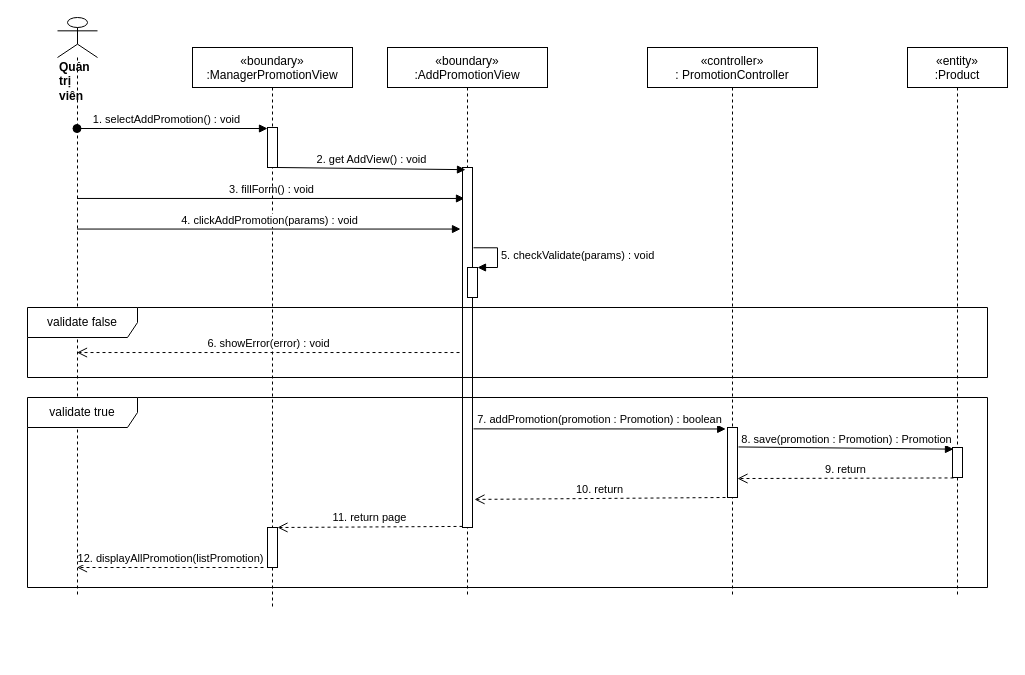
Before: sequence diagram/add-newPromotion-sequence.drawio in nguyenphamvan/datn_20202, a draw.io diagram. Source tidied: cells renumbered, new cells numbered last; positions are measured from the earlier drawing's top-left corner, leaving out a move shared by most shapes. Both pictures are drawn from the tidied source at 100%, with x=0, y=0 at pixel (27, 17).
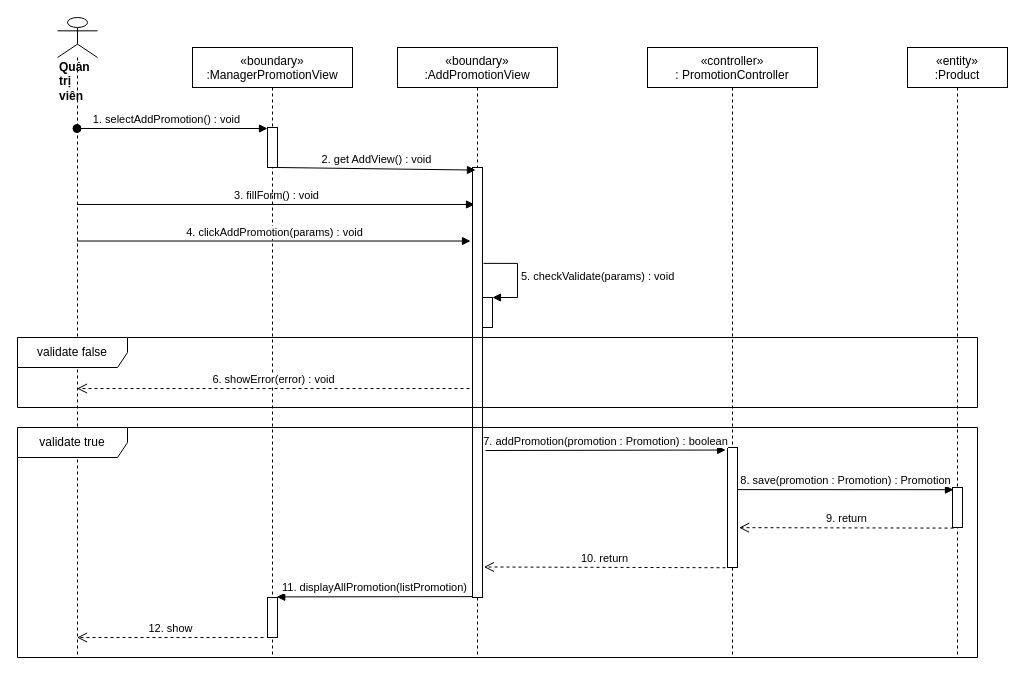
The same page after the edit.

Change to the diagram source:
```diff
@@
     <mxCell id="2" value="«boundary»&#10;:AddPromotionView" style="shape=umlLifeline;perimeter=lifelinePerimeter;rounded=0;shadow=0;strokeWidth=1;" parent="1" vertex="1">
-      <mxGeometry x="360" y="30" width="160" height="550" as="geometry" />
+      <mxGeometry x="370" y="30" width="160" height="610" as="geometry" />
     </mxCell>
     <mxCell id="3" value="«controller»&#10;: PromotionController" style="shape=umlLifeline;perimeter=lifelinePerimeter;rounded=0;shadow=0;strokeWidth=1;" parent="1" vertex="1">
-      <mxGeometry x="620" y="30" width="170" height="550" as="geometry" />
+      <mxGeometry x="620" y="30" width="170" height="610" as="geometry" />
     </mxCell>
     <mxCell id="4" style="points=[];perimeter=orthogonalPerimeter;rounded=0;shadow=0;strokeWidth=1;" parent="3" vertex="1">
-      <mxGeometry x="80" y="380" width="10" height="70" as="geometry" />
+      <mxGeometry x="80" y="400" width="10" height="120" as="geometry" />
     </mxCell>
     <mxCell id="5" value="&lt;div&gt;&lt;b&gt;Quản trị viên&lt;/b&gt;&lt;/div&gt;" style="shape=umlLifeline;participant=umlActor;perimeter=lifelinePerimeter;whiteSpace=wrap;html=1;verticalAlign=top;spacingTop=36;outlineConnect=0;align=left;size=40;" parent="1" vertex="1">
-      <mxGeometry x="30" width="40" height="580" as="geometry" />
+      <mxGeometry x="30" width="40" height="640" as="geometry" />
     </mxCell>
@@
     <mxCell id="7" value="«entity»&#10;:Product" style="shape=umlLifeline;perimeter=lifelinePerimeter;rounded=0;shadow=0;strokeWidth=1;" parent="1" vertex="1">
-      <mxGeometry x="880" y="30" width="100" height="550" as="geometry" />
+      <mxGeometry x="880" y="30" width="100" height="610" as="geometry" />
     </mxCell>
     <mxCell id="8" style="points=[];perimeter=orthogonalPerimeter;rounded=0;shadow=0;strokeWidth=1;" parent="7" vertex="1">
-      <mxGeometry x="45" y="400" width="10" height="30" as="geometry" />
+      <mxGeometry x="45" y="440" width="10" height="40" as="geometry" />
     </mxCell>
-    <mxCell id="9" value="8. save(promotion : Promotion) : Promotion" style="html=1;verticalAlign=bottom;endArrow=block;entryX=0.1;entryY=0.055;entryDx=0;entryDy=0;entryPerimeter=0;exitX=1.1;exitY=0.278;exitDx=0;exitDy=0;exitPerimeter=0;" parent="1" edge="1" source="4" target="8">
+    <mxCell id="9" value="8. save(promotion : Promotion) : Promotion" style="html=1;verticalAlign=bottom;endArrow=block;entryX=0.1;entryY=0.055;entryDx=0;entryDy=0;entryPerimeter=0;exitX=1;exitY=0.351;exitDx=0;exitDy=0;exitPerimeter=0;" parent="1" edge="1" source="4" target="8">
       <mxGeometry relative="1" as="geometry" />
     </mxCell>
-    <mxCell id="10" value="9. return" style="html=1;verticalAlign=bottom;endArrow=open;dashed=1;endSize=8;exitX=0.1;exitY=1.015;exitDx=0;exitDy=0;exitPerimeter=0;entryX=1;entryY=0.729;entryDx=0;entryDy=0;entryPerimeter=0;" parent="1" edge="1" source="8" target="4">
+    <mxCell id="10" value="9. return" style="html=1;verticalAlign=bottom;endArrow=open;dashed=1;endSize=8;exitX=0.1;exitY=1.015;exitDx=0;exitDy=0;exitPerimeter=0;entryX=1.16;entryY=0.668;entryDx=0;entryDy=0;entryPerimeter=0;" parent="1" edge="1" source="8" target="4">
       <mxGeometry relative="1" as="geometry" />
     </mxCell>
@@
-    <mxCell id="12" value="7. addPromotion(promotion : Promotion) : boolean" style="html=1;verticalAlign=bottom;endArrow=block;entryX=-0.18;entryY=0.021;entryDx=0;entryDy=0;entryPerimeter=0;exitX=1.1;exitY=0.726;exitDx=0;exitDy=0;exitPerimeter=0;" parent="1" edge="1" source="15" target="4">
-      <mxGeometry relative="1" as="geometry" />
+    <mxCell id="12" value="7. addPromotion(promotion : Promotion) : boolean" style="html=1;verticalAlign=bottom;endArrow=block;entryX=-0.18;entryY=0.021;entryDx=0;entryDy=0;entryPerimeter=0;" parent="1" edge="1" target="4">
+      <mxGeometry relative="1" as="geometry">
+        <mxPoint x="458" y="433" as="sourcePoint" />
+      </mxGeometry>
     </mxCell>
     <mxCell id="13" value="«boundary»&#10;:ManagerPromotionView" style="shape=umlLifeline;perimeter=lifelinePerimeter;rounded=0;shadow=0;strokeWidth=1;" parent="1" vertex="1">
-      <mxGeometry x="165" y="30" width="160" height="560" as="geometry" />
+      <mxGeometry x="165" y="30" width="160" height="610" as="geometry" />
     </mxCell>
@@
     <mxCell id="15" style="html=1;points=[];perimeter=orthogonalPerimeter;" parent="1" vertex="1">
-      <mxGeometry x="435" y="150" width="10" height="360" as="geometry" />
+      <mxGeometry x="445" y="150" width="10" height="430" as="geometry" />
     </mxCell>
@@
     <mxCell id="17" style="html=1;points=[];perimeter=orthogonalPerimeter;" parent="1" vertex="1">
-      <mxGeometry x="440" y="250" width="10" height="30" as="geometry" />
+      <mxGeometry x="455" y="280" width="10" height="30" as="geometry" />
     </mxCell>
     <mxCell id="18" value="5. checkValidate(params) : void&amp;nbsp;" style="edgeStyle=orthogonalEdgeStyle;html=1;align=left;spacingLeft=2;endArrow=block;rounded=0;entryX=1;entryY=0;exitX=1.1;exitY=0.223;exitDx=0;exitDy=0;exitPerimeter=0;" parent="1" edge="1" source="15" target="17">
       <mxGeometry relative="1" as="geometry">
         <Array as="points">
-          <mxPoint x="446" y="230" />
-          <mxPoint x="470" y="230" />
-          <mxPoint x="470" y="250" />
+          <mxPoint x="490" y="246" />
+          <mxPoint x="490" y="280" />
         </Array>
       </mxGeometry>
     </mxCell>
@@
     <mxCell id="21" value="validate false" style="shape=umlFrame;whiteSpace=wrap;html=1;width=110;height=30;" parent="1" vertex="1">
-      <mxGeometry y="290" width="960" height="70" as="geometry" />
+      <mxGeometry x="-10" y="320" width="960" height="70" as="geometry" />
     </mxCell>
-    <mxCell id="22" value="10. return" style="html=1;verticalAlign=bottom;endArrow=open;dashed=1;endSize=8;entryX=1.2;entryY=0.922;entryDx=0;entryDy=0;entryPerimeter=0;" parent="1" edge="1" target="15">
-      <mxGeometry relative="1" as="geometry">
-        <mxPoint x="698" y="480" as="sourcePoint" />
-      </mxGeometry>
+    <mxCell id="22" value="10. return" style="html=1;verticalAlign=bottom;endArrow=open;dashed=1;endSize=8;entryX=1.14;entryY=0.929;entryDx=0;entryDy=0;entryPerimeter=0;exitX=-0.2;exitY=1.002;exitDx=0;exitDy=0;exitPerimeter=0;" parent="1" edge="1" source="4" target="15">
+      <mxGeometry relative="1" as="geometry" />
     </mxCell>
-    <mxCell id="23" value="11. return page" style="html=1;verticalAlign=bottom;endArrow=open;dashed=1;endSize=8;exitX=0;exitY=0.997;exitDx=0;exitDy=0;exitPerimeter=0;" parent="1" edge="1" source="15" target="24">
-      <mxGeometry relative="1" as="geometry" />
-    </mxCell>
     <mxCell id="24" style="html=1;points=[];perimeter=orthogonalPerimeter;" parent="1" vertex="1">
-      <mxGeometry x="240" y="510" width="10" height="40" as="geometry" />
+      <mxGeometry x="240" y="580" width="10" height="40" as="geometry" />
     </mxCell>
     <mxCell id="25" value="validate true" style="shape=umlFrame;whiteSpace=wrap;html=1;width=110;height=30;" parent="1" vertex="1">
-      <mxGeometry y="380" width="960" height="190" as="geometry" />
+      <mxGeometry x="-10" y="410" width="960" height="230" as="geometry" />
     </mxCell>
-    <mxCell id="26" value="&lt;span style=&quot;color: rgb(0 , 0 , 0) ; font-family: &amp;#34;helvetica&amp;#34; ; font-size: 11px ; font-style: normal ; font-weight: 400 ; letter-spacing: normal ; text-align: center ; text-indent: 0px ; text-transform: none ; word-spacing: 0px ; background-color: rgb(255 , 255 , 255) ; display: inline ; float: none&quot;&gt;12. displayAllPromotion(listPromotion)&lt;/span&gt;" style="html=1;verticalAlign=bottom;endArrow=open;dashed=1;endSize=8;exitX=-0.4;exitY=1;exitDx=0;exitDy=0;exitPerimeter=0;" parent="1" edge="1" source="24" target="5">
+    <mxCell id="26" value="12. show" style="html=1;verticalAlign=bottom;endArrow=open;dashed=1;endSize=8;exitX=-0.4;exitY=1;exitDx=0;exitDy=0;exitPerimeter=0;" parent="1" edge="1" source="24" target="5">
       <mxGeometry relative="1" as="geometry" />
     </mxCell>
+    <mxCell id="23" value="&lt;span style=&quot;font-family: &amp;#34;helvetica&amp;#34;&quot;&gt;11. displayAllPromotion(listPromotion)&lt;/span&gt;" style="html=1;verticalAlign=bottom;endArrow=block;entryX=0.92;entryY=-0.015;entryDx=0;entryDy=0;entryPerimeter=0;exitX=0.02;exitY=0.998;exitDx=0;exitDy=0;exitPerimeter=0;" parent="1" edge="1" source="15" target="24">
+      <mxGeometry relative="1" as="geometry" />
+    </mxCell>
```
